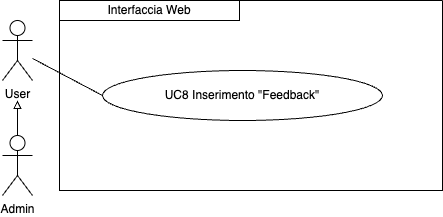
Earlier version of the draw.io export imgs/Uml/UC8.png (ShameIRL/farmacode). Source tidied: cells renumbered, new cells last; positions are measured from the earlier drawing's top-left corner, leaving out a move shared by most shapes.
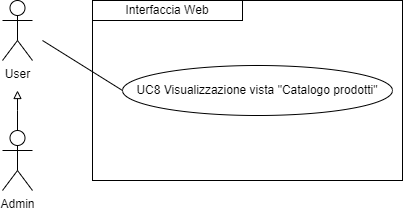
Above is the later version.

Change to the diagram source:
```diff
@@ -2,28 +2,37 @@
   <root>
     <mxCell id="0" />
     <mxCell id="1" parent="0" />
+    <mxCell id="9" style="edgeStyle=orthogonalEdgeStyle;rounded=0;jettySize=auto;html=1;strokeColor=#000000;endArrow=block;endFill=0;" parent="1" edge="1" source="7">
+      <mxGeometry relative="1" as="geometry">
+        <mxPoint x="-45" y="130" as="targetPoint" />
+        <Array as="points">
+          <mxPoint x="-45" y="150" />
+          <mxPoint x="-45" y="150" />
+        </Array>
+      </mxGeometry>
+    </mxCell>
+    <mxCell id="7" value="Admin" style="shape=umlActor;verticalLabelPosition=bottom;verticalAlign=top;html=1;outlineConnect=0;" parent="1" vertex="1">
+      <mxGeometry x="-60" y="170" width="30" height="60" as="geometry" />
+    </mxCell>
     <mxCell id="2" value="User" style="shape=umlActor;verticalLabelPosition=bottom;verticalAlign=top;html=1;outlineConnect=0;" parent="1" vertex="1">
-      <mxGeometry y="20" width="30" height="60" as="geometry" />
+      <mxGeometry x="-60" y="40" width="30" height="60" as="geometry" />
     </mxCell>
-    <mxCell id="3" style="swimlane;startSize=0;" parent="1" vertex="1">
-      <mxGeometry x="57" width="383" height="190" as="geometry" />
-    </mxCell>
+    <mxCell id="10" style="rounded=0;whiteSpace=wrap;html=1;fillColor=none;" parent="1" vertex="1">
+      <mxGeometry x="30" y="40" width="310" height="180" as="geometry" />
+    </mxCell>
-    <mxCell id="4" value="Interfaccia Web" style="rounded=0;whiteSpace=wrap;html=1;" parent="3" vertex="1">
-      <mxGeometry width="180" height="20" as="geometry" />
+    <mxCell id="4" value="&lt;div style=&quot;&quot;&gt;Interfaccia Web&lt;/div&gt;" style="rounded=0;whiteSpace=wrap;html=1;fillColor=none;align=center;" parent="1" vertex="1">
+      <mxGeometry x="30" y="40" width="150" height="20" as="geometry" />
     </mxCell>
-    <mxCell id="5" value="UC8 Inserimento &quot;Feedback&quot;" style="ellipse;whiteSpace=wrap;html=1;" parent="3" vertex="1">
-      <mxGeometry x="43" y="70" width="280" height="50" as="geometry" />
-    </mxCell>
-    <mxCell id="6" style="edgeStyle=orthogonalEdgeStyle;rounded=0;jettySize=auto;html=1;exitX=0.5;exitY=0;exitDx=0;exitDy=0;exitPerimeter=0;endArrow=block;endFill=0;" parent="1" edge="1" source="7">
-      <mxGeometry relative="1" as="geometry">
-        <mxPoint x="15" y="100" as="targetPoint" />
-      </mxGeometry>
-    </mxCell>
-    <mxCell id="7" value="Admin" style="shape=umlActor;verticalLabelPosition=bottom;verticalAlign=top;html=1;outlineConnect=0;" parent="1" vertex="1">
-      <mxGeometry y="135" width="30" height="60" as="geometry" />
-    </mxCell>
-    <mxCell id="8" style="endArrow=none;html=1;rounded=0;entryX=0;entryY=0.5;entryDx=0;entryDy=0;" parent="1" edge="1" source="2" target="5">
-      <mxGeometry relative="1" as="geometry" />
-    </mxCell>
+    <mxCell id="11" value="UC8 Visualizzazione vista &quot;Catalogo prodotti&quot;" style="ellipse;whiteSpace=wrap;html=1;" parent="1" vertex="1">
+      <mxGeometry x="60" y="105" width="270" height="50" as="geometry" />
+    </mxCell>
+    <mxCell id="12" style="endArrow=none;html=1;rounded=0;entryX=0;entryY=0.5;entryDx=0;entryDy=0;" parent="1" edge="1" target="11">
+      <mxGeometry relative="1" as="geometry">
+        <mxPoint x="-20" y="80" as="sourcePoint" />
+      </mxGeometry>
+    </mxCell>
+    <mxCell id="13" style="edgeStyle=orthogonalEdgeStyle;rounded=0;orthogonalLoop=1;jettySize=auto;html=1;exitX=0.5;exitY=1;exitDx=0;exitDy=0;" parent="1" edge="1" source="10" target="10">
+      <mxGeometry relative="1" as="geometry" />
+    </mxCell>
   </root>
 </mxGraphModel>
```
